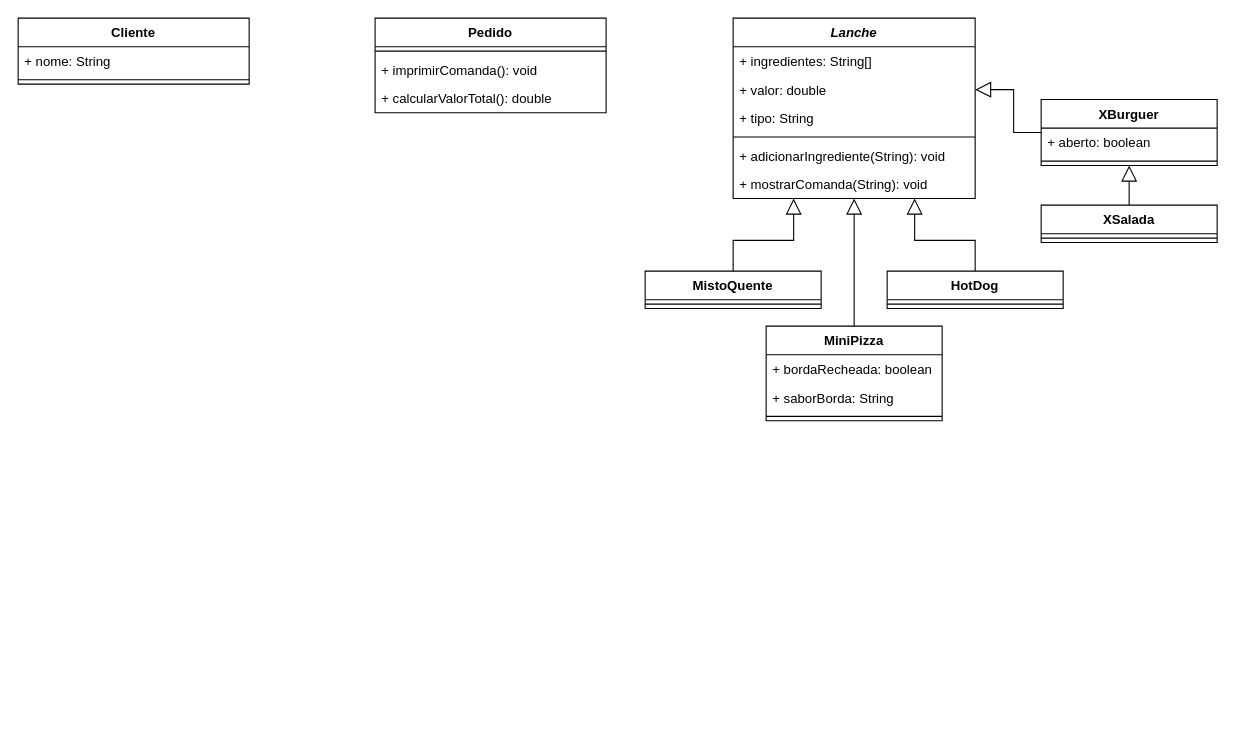
Earlier version of the draw.io diagram page "Page-1" (1 of 2) of diagramas.drawio (hannaBanannaOF/entra21-git-inicio). Source tidied: cells renumbered, new cells numbered last; positions are measured from the earlier drawing's top-left corner, leaving out a move shared by most shapes. Both pictures are drawn from the tidied source at 110%, with x=0, y=0 at pixel (18, 18).
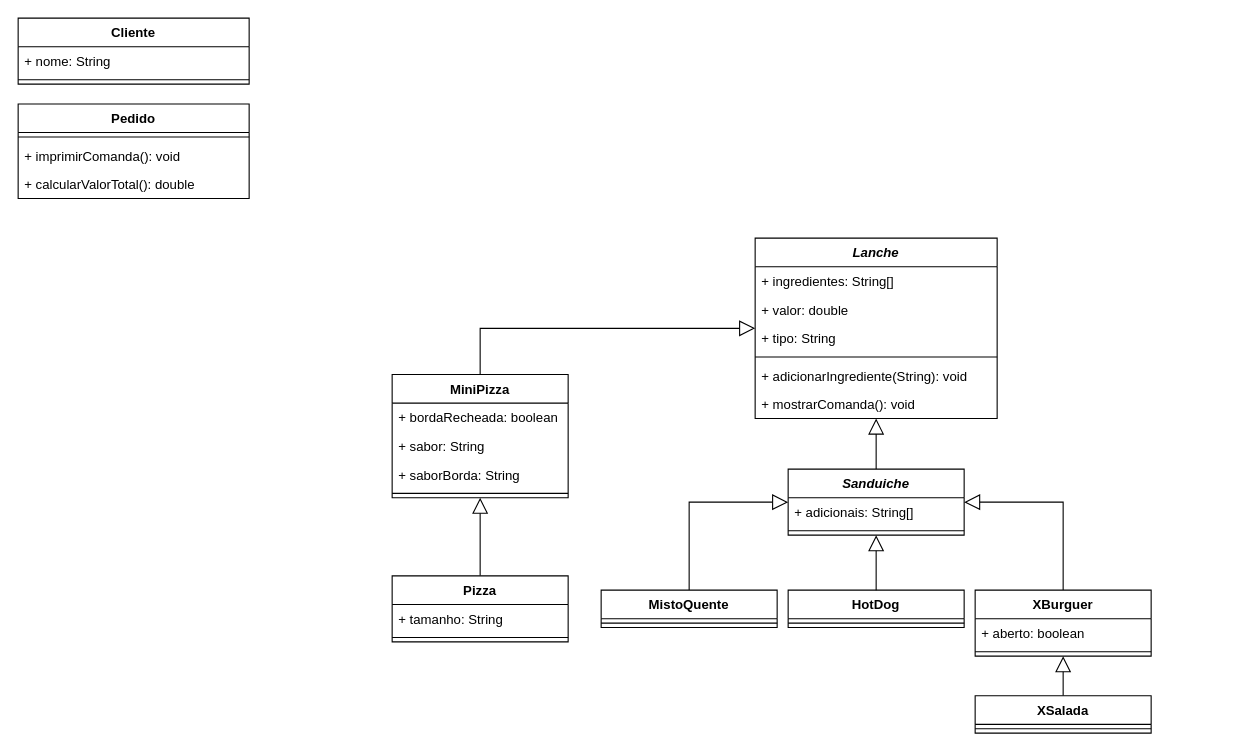
After the change.

The change refers to these unchanged cells:
```xml
<mxCell id="4" value="+ valor: double" style="text;strokeColor=none;fillColor=none;align=left;verticalAlign=top;spacingLeft=4;spacingRight=4;overflow=hidden;points=[[0,0.5],[1,0.5]];portConstraint=eastwest;" parent="2" vertex="1">
  <mxGeometry y="52" width="220" height="26" as="geometry" />
</mxCell>
```

Change to the diagram source:
```diff
@@
     <mxCell id="2" value="Lanche" style="swimlane;fontStyle=3;align=center;verticalAlign=top;horizontal=1;startSize=26;" parent="1" vertex="1">
-      <mxGeometry x="650" width="220" height="164" as="geometry" />
+      <mxGeometry x="670" y="200" width="220" height="164" as="geometry" />
     </mxCell>
@@
-    <mxCell id="8" value="+ mostrarComanda(String): void&#10;" style="text;strokeColor=none;fillColor=none;align=left;verticalAlign=top;spacingLeft=4;spacingRight=4;overflow=hidden;" parent="2" vertex="1">
+    <mxCell id="8" value="+ mostrarComanda(): void&#10;" style="text;strokeColor=none;fillColor=none;align=left;verticalAlign=top;spacingLeft=4;spacingRight=4;overflow=hidden;" parent="2" vertex="1">
       <mxGeometry y="138" width="220" height="26" as="geometry" />
     </mxCell>
+    <mxCell id="34" style="edgeStyle=orthogonalEdgeStyle;rounded=0;jettySize=auto;html=1;exitX=0.5;exitY=0;exitDx=0;exitDy=0;entryX=1;entryY=0.5;entryDx=0;entryDy=0;endArrow=block;endFill=0;endSize=12;" parent="1" edge="1" source="9" target="38">
+      <mxGeometry relative="1" as="geometry" />
+    </mxCell>
     <mxCell id="9" value="XBurguer" style="swimlane;fontStyle=1;align=center;verticalAlign=top;horizontal=1;startSize=26;" parent="1" vertex="1">
-      <mxGeometry x="930" y="74" width="160" height="60" as="geometry" />
+      <mxGeometry x="870" y="520" width="160" height="60" as="geometry" />
     </mxCell>
@@
     <mxCell id="13" value="XSalada" style="swimlane;fontStyle=1;align=center;verticalAlign=top;horizontal=1;startSize=26;" parent="1" vertex="1">
-      <mxGeometry x="930" y="170" width="160" height="34" as="geometry" />
+      <mxGeometry x="870" y="616" width="160" height="34" as="geometry" />
     </mxCell>
@@
-    <mxCell id="15" style="edgeStyle=orthogonalEdgeStyle;rounded=0;jettySize=auto;html=1;exitX=0.5;exitY=0;exitDx=0;exitDy=0;entryX=0.75;entryY=1;entryDx=0;entryDy=0;endArrow=block;endFill=0;endSize=12;" parent="1" edge="1" source="16" target="2">
-      <mxGeometry relative="1" as="geometry" />
-    </mxCell>
     <mxCell id="16" value="HotDog" style="swimlane;fontStyle=1;align=center;verticalAlign=top;horizontal=1;startSize=26;" parent="1" vertex="1">
-      <mxGeometry x="790" y="230" width="160" height="34" as="geometry" />
+      <mxGeometry x="700" y="520" width="160" height="34" as="geometry" />
     </mxCell>
@@
-    <mxCell id="18" style="edgeStyle=orthogonalEdgeStyle;rounded=0;jettySize=auto;html=1;exitX=0.5;exitY=0;exitDx=0;exitDy=0;entryX=0.25;entryY=1;entryDx=0;entryDy=0;endArrow=block;endFill=0;endSize=12;" parent="1" edge="1" source="19" target="2">
-      <mxGeometry relative="1" as="geometry" />
-    </mxCell>
+    <mxCell id="35" style="edgeStyle=orthogonalEdgeStyle;rounded=0;jettySize=auto;html=1;exitX=0.5;exitY=0;exitDx=0;exitDy=0;entryX=0;entryY=0.5;entryDx=0;entryDy=0;endArrow=block;endFill=0;endSize=12;" parent="1" edge="1" source="19" target="38">
+      <mxGeometry relative="1" as="geometry" />
+    </mxCell>
     <mxCell id="19" value="MistoQuente" style="swimlane;fontStyle=1;align=center;verticalAlign=top;horizontal=1;startSize=26;" parent="1" vertex="1">
-      <mxGeometry x="570" y="230" width="160" height="34" as="geometry" />
+      <mxGeometry x="530" y="520" width="160" height="34" as="geometry" />
     </mxCell>
@@
     <mxCell id="21" value="Pedido" style="swimlane;fontStyle=1;align=center;verticalAlign=top;horizontal=1;startSize=26;" parent="1" vertex="1">
-      <mxGeometry x="324.5" width="210" height="86" as="geometry" />
+      <mxGeometry y="78" width="210" height="86" as="geometry" />
     </mxCell>
@@
-    <mxCell id="28" style="edgeStyle=orthogonalEdgeStyle;rounded=0;jettySize=auto;html=1;exitX=0;exitY=0.5;exitDx=0;exitDy=0;entryX=1;entryY=0.5;entryDx=0;entryDy=0;endArrow=block;endFill=0;endSize=12;" parent="1" edge="1" source="9" target="4">
-      <mxGeometry relative="1" as="geometry" />
-    </mxCell>
-    <mxCell id="29" style="edgeStyle=orthogonalEdgeStyle;rounded=0;jettySize=auto;html=1;exitX=0.5;exitY=0;exitDx=0;exitDy=0;endArrow=block;endFill=0;endSize=12;entryX=0.5;entryY=1;entryDx=0;entryDy=0;" parent="1" edge="1" source="30" target="2">
+    <mxCell id="29" style="edgeStyle=orthogonalEdgeStyle;rounded=0;jettySize=auto;html=1;exitX=0.5;exitY=0;exitDx=0;exitDy=0;endArrow=block;endFill=0;endSize=12;entryX=0;entryY=0.5;entryDx=0;entryDy=0;" parent="1" edge="1" source="30" target="2">
       <mxGeometry relative="1" as="geometry" />
     </mxCell>
     <mxCell id="30" value="MiniPizza" style="swimlane;fontStyle=1;align=center;verticalAlign=top;horizontal=1;startSize=26;" parent="1" vertex="1">
-      <mxGeometry x="680" y="280" width="160" height="86" as="geometry" />
+      <mxGeometry x="340" y="324" width="160" height="112" as="geometry" />
     </mxCell>
@@
+    <mxCell id="36" value="+ sabor: String" style="text;strokeColor=none;fillColor=none;align=left;verticalAlign=top;spacingLeft=4;spacingRight=4;overflow=hidden;" parent="30" vertex="1">
+      <mxGeometry y="52" width="160" height="26" as="geometry" />
+    </mxCell>
     <mxCell id="32" value="+ saborBorda: String" style="text;strokeColor=none;fillColor=none;align=left;verticalAlign=top;spacingLeft=4;spacingRight=4;overflow=hidden;" parent="30" vertex="1">
-      <mxGeometry y="52" width="160" height="26" as="geometry" />
+      <mxGeometry y="78" width="160" height="26" as="geometry" />
     </mxCell>
     <mxCell id="33" style="line;strokeWidth=1;fillColor=none;align=left;verticalAlign=middle;spacingTop=-1;spacingLeft=3;spacingRight=3;labelPosition=right;" parent="30" vertex="1">
-      <mxGeometry y="78" width="160" height="8" as="geometry" />
+      <mxGeometry y="104" width="160" height="8" as="geometry" />
     </mxCell>
+    <mxCell id="37" style="edgeStyle=orthogonalEdgeStyle;rounded=0;jettySize=auto;html=1;exitX=0.5;exitY=0;exitDx=0;exitDy=0;entryX=0.5;entryY=1;entryDx=0;entryDy=0;endArrow=block;endFill=0;endSize=12;" parent="1" edge="1" source="38" target="2">
+      <mxGeometry relative="1" as="geometry" />
+    </mxCell>
+    <mxCell id="38" value="Sanduiche" style="swimlane;fontStyle=3;align=center;verticalAlign=top;horizontal=1;startSize=26;" parent="1" vertex="1">
+      <mxGeometry x="700" y="410" width="160" height="60" as="geometry" />
+    </mxCell>
+    <mxCell id="39" value="+ adicionais: String[]" style="text;strokeColor=none;fillColor=none;align=left;verticalAlign=top;spacingLeft=4;spacingRight=4;overflow=hidden;" parent="38" vertex="1">
+      <mxGeometry y="26" width="160" height="26" as="geometry" />
+    </mxCell>
+    <mxCell id="40" style="line;strokeWidth=1;fillColor=none;align=left;verticalAlign=middle;spacingTop=-1;spacingLeft=3;spacingRight=3;labelPosition=right;" parent="38" vertex="1">
+      <mxGeometry y="52" width="160" height="8" as="geometry" />
+    </mxCell>
+    <mxCell id="41" style="edgeStyle=orthogonalEdgeStyle;rounded=0;jettySize=auto;html=1;exitX=0.5;exitY=0;exitDx=0;exitDy=0;endArrow=block;endFill=0;endSize=12;entryX=0.5;entryY=1;entryDx=0;entryDy=0;" parent="1" edge="1" source="16" target="38">
+      <mxGeometry relative="1" as="geometry" />
+    </mxCell>
+    <mxCell id="42" style="edgeStyle=orthogonalEdgeStyle;rounded=0;jettySize=auto;html=1;exitX=0.5;exitY=0;exitDx=0;exitDy=0;entryX=0.5;entryY=1;entryDx=0;entryDy=0;endArrow=block;endFill=0;endSize=12;" parent="1" edge="1" source="43" target="30">
+      <mxGeometry relative="1" as="geometry" />
+    </mxCell>
+    <mxCell id="43" value="Pizza" style="swimlane;fontStyle=1;align=center;verticalAlign=top;horizontal=1;startSize=26;" parent="1" vertex="1">
+      <mxGeometry x="340" y="507" width="160" height="60" as="geometry" />
+    </mxCell>
+    <mxCell id="44" value="+ tamanho: String" style="text;strokeColor=none;fillColor=none;align=left;verticalAlign=top;spacingLeft=4;spacingRight=4;overflow=hidden;" parent="43" vertex="1">
+      <mxGeometry y="26" width="160" height="26" as="geometry" />
+    </mxCell>
+    <mxCell id="45" style="line;strokeWidth=1;fillColor=none;align=left;verticalAlign=middle;spacingTop=-1;spacingLeft=3;spacingRight=3;labelPosition=right;" parent="43" vertex="1">
+      <mxGeometry y="52" width="160" height="8" as="geometry" />
+    </mxCell>
```
